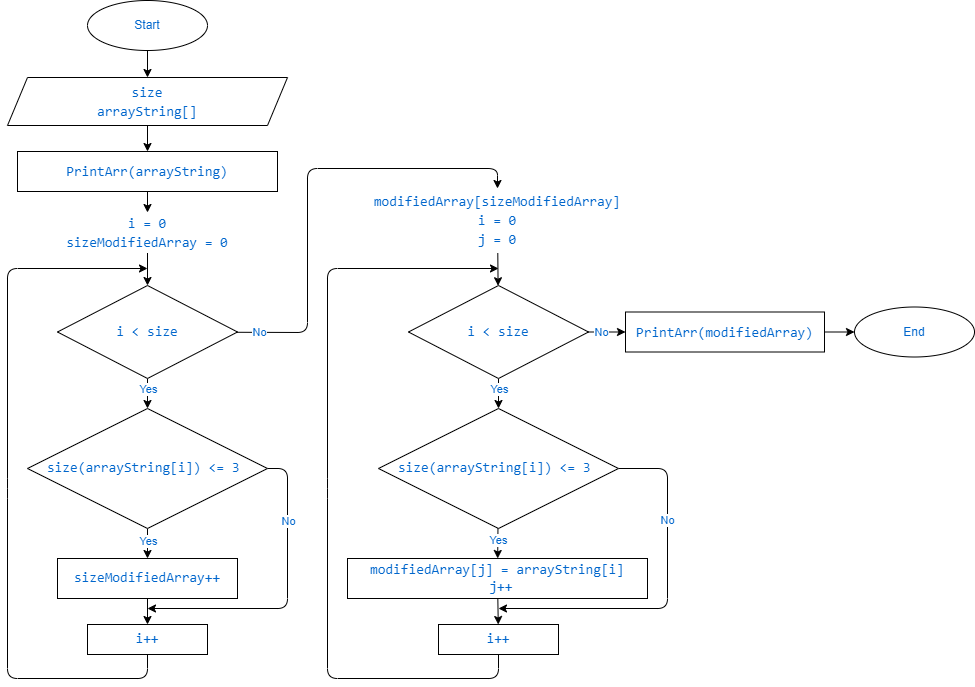
Above: blockВiagram.drawio.png in legyss7/Test (draw.io), before the change. Source tidied: cells renumbered, new cells last; positions are measured from the earlier drawing's top-left corner, leaving out a move shared by most shapes. Its diagram source:
```xml
<mxGraphModel>
  <root>
    <mxCell id="0" />
    <mxCell id="1" parent="0" />
    <mxCell id="2" style="edgeStyle=none;html=1;exitX=0.5;exitY=1;exitDx=0;exitDy=0;entryX=0.5;entryY=0;entryDx=0;entryDy=0;fontColor=#0066CC;" parent="1" edge="1" source="3" target="6">
      <mxGeometry relative="1" as="geometry" />
    </mxCell>
    <mxCell id="3" value="Start" style="ellipse;whiteSpace=wrap;html=1;labelBackgroundColor=default;fontColor=#0066CC;" parent="1" vertex="1">
      <mxGeometry x="80" width="120" height="50" as="geometry" />
    </mxCell>
    <mxCell id="4" value="End" style="ellipse;whiteSpace=wrap;html=1;fontColor=#0066CC;" parent="1" vertex="1">
      <mxGeometry x="847" y="306.5" width="120" height="50" as="geometry" />
    </mxCell>
    <mxCell id="5" style="edgeStyle=none;html=1;entryX=0.5;entryY=0;entryDx=0;entryDy=0;fontColor=#0066CC;" parent="1" edge="1" target="8">
      <mxGeometry relative="1" as="geometry">
        <mxPoint x="140" y="86" as="sourcePoint" />
      </mxGeometry>
    </mxCell>
    <mxCell id="6" value="&lt;div style=&quot;font-family: Consolas, &amp;quot;Courier New&amp;quot;, monospace; font-size: 14px; line-height: 19px;&quot;&gt;&lt;font&gt;size&lt;/font&gt;&lt;/div&gt;&lt;div style=&quot;font-family: Consolas, &amp;quot;Courier New&amp;quot;, monospace; font-size: 14px; line-height: 19px;&quot;&gt;&lt;font&gt;arrayString[]&lt;/font&gt;&lt;/div&gt;" style="shape=parallelogram;perimeter=parallelogramPerimeter;whiteSpace=wrap;html=1;fixedSize=1;labelBackgroundColor=none;fontColor=#0066CC;rounded=0;" parent="1" vertex="1">
      <mxGeometry y="77" width="280" height="48" as="geometry" />
    </mxCell>
    <mxCell id="7" style="edgeStyle=none;html=1;fontColor=#0066CC;" parent="1" edge="1" source="8" target="10">
      <mxGeometry relative="1" as="geometry" />
    </mxCell>
    <mxCell id="8" value="&lt;div style=&quot;font-family: Consolas, &amp;quot;Courier New&amp;quot;, monospace; font-size: 14px; line-height: 19px;&quot;&gt;&lt;span style=&quot;&quot;&gt;PrintArr&lt;/span&gt;(&lt;span style=&quot;&quot;&gt;arrayString&lt;/span&gt;)&lt;/div&gt;" style="rounded=0;whiteSpace=wrap;html=1;labelBackgroundColor=default;fontColor=#0066CC;" parent="1" vertex="1">
      <mxGeometry x="10" y="151" width="260" height="40" as="geometry" />
    </mxCell>
    <mxCell id="9" style="edgeStyle=none;html=1;fontColor=#0066CC;" parent="1" edge="1" source="10" target="15">
      <mxGeometry relative="1" as="geometry" />
    </mxCell>
    <mxCell id="10" value="&lt;div style=&quot;font-family: Consolas, &amp;quot;Courier New&amp;quot;, monospace; font-size: 14px; line-height: 19px;&quot;&gt;&lt;font&gt;i = 0&lt;/font&gt;&lt;/div&gt;&lt;div style=&quot;font-family: Consolas, &amp;quot;Courier New&amp;quot;, monospace; font-size: 14px; line-height: 19px;&quot;&gt;&lt;font&gt;&lt;div style=&quot;line-height: 19px;&quot;&gt;sizeModifiedArray = 0&lt;/div&gt;&lt;/font&gt;&lt;/div&gt;" style="rounded=0;whiteSpace=wrap;html=1;fontColor=#0066CC;strokeColor=#FFFFFF;labelBackgroundColor=default;" parent="1" vertex="1">
      <mxGeometry x="10" y="212" width="260" height="40" as="geometry" />
    </mxCell>
    <mxCell id="11" style="edgeStyle=none;html=1;fontColor=#0066CC;" parent="1" edge="1" source="15" target="20">
      <mxGeometry relative="1" as="geometry" />
    </mxCell>
    <mxCell id="12" value="Yes" style="edgeLabel;html=1;align=center;verticalAlign=middle;fontColor=#0066CC;" parent="11" vertex="1">
      <mxGeometry x="-0.58" relative="1" as="geometry">
        <mxPoint y="4" as="offset" />
      </mxGeometry>
    </mxCell>
    <mxCell id="13" style="edgeStyle=none;html=1;entryX=0.5;entryY=0;entryDx=0;entryDy=0;fontColor=#0066CC;" parent="1" edge="1" source="15" target="40">
      <mxGeometry relative="1" as="geometry">
        <Array as="points">
          <mxPoint x="300" y="332" />
          <mxPoint x="300" y="168" />
          <mxPoint x="490" y="168" />
        </Array>
      </mxGeometry>
    </mxCell>
    <mxCell id="14" value="No" style="edgeLabel;html=1;align=center;verticalAlign=middle;fontColor=#0066CC;" parent="13" vertex="1">
      <mxGeometry x="-0.9" relative="1" as="geometry" />
    </mxCell>
    <mxCell id="15" value="&lt;span style=&quot;font-family: Consolas, &amp;quot;Courier New&amp;quot;, monospace; font-size: 14px;&quot;&gt;i &amp;lt; size&lt;/span&gt;" style="rhombus;whiteSpace=wrap;html=1;rounded=0;fontColor=#0066CC;labelBackgroundColor=default;" parent="1" vertex="1">
      <mxGeometry x="50" y="285" width="180" height="93" as="geometry" />
    </mxCell>
    <mxCell id="16" style="edgeStyle=none;html=1;fontColor=#0066CC;" parent="1" edge="1" source="20" target="22">
      <mxGeometry relative="1" as="geometry" />
    </mxCell>
    <mxCell id="17" value="Yes" style="edgeLabel;html=1;align=center;verticalAlign=middle;fontColor=#0066CC;" parent="16" vertex="1">
      <mxGeometry x="-0.22" relative="1" as="geometry" />
    </mxCell>
    <mxCell id="18" style="edgeStyle=none;html=1;fontColor=#0066CC;" parent="1" edge="1" source="20">
      <mxGeometry relative="1" as="geometry">
        <mxPoint x="140" y="608" as="targetPoint" />
        <Array as="points">
          <mxPoint x="280" y="468" />
          <mxPoint x="280" y="608" />
        </Array>
      </mxGeometry>
    </mxCell>
    <mxCell id="19" value="No" style="edgeLabel;html=1;align=center;verticalAlign=middle;fontColor=#0066CC;" parent="18" vertex="1">
      <mxGeometry x="-0.52" relative="1" as="geometry" />
    </mxCell>
    <mxCell id="20" value="&lt;span style=&quot;font-family: Consolas, &amp;quot;Courier New&amp;quot;, monospace; font-size: 14px;&quot;&gt;size(arrayString[i]) &amp;lt;= 3&amp;nbsp;&lt;/span&gt;" style="rhombus;whiteSpace=wrap;html=1;rounded=0;labelBackgroundColor=default;fontColor=#0066CC;" parent="1" vertex="1">
      <mxGeometry x="20" y="408" width="240" height="120" as="geometry" />
    </mxCell>
    <mxCell id="21" style="edgeStyle=none;html=1;fontColor=#0066CC;" parent="1" edge="1" source="22" target="24">
      <mxGeometry relative="1" as="geometry" />
    </mxCell>
    <mxCell id="22" value="&lt;span style=&quot;font-family: Consolas, &amp;quot;Courier New&amp;quot;, monospace; font-size: 14px;&quot;&gt;sizeModifiedArray++&lt;/span&gt;" style="rounded=0;whiteSpace=wrap;html=1;labelBackgroundColor=default;fontColor=#0066CC;" parent="1" vertex="1">
      <mxGeometry x="50" y="558" width="180" height="40" as="geometry" />
    </mxCell>
    <mxCell id="23" style="edgeStyle=none;html=1;fontColor=#0066CC;" parent="1" edge="1" source="24">
      <mxGeometry relative="1" as="geometry">
        <mxPoint x="140" y="268" as="targetPoint" />
        <Array as="points">
          <mxPoint x="140" y="678" />
          <mxPoint y="678" />
          <mxPoint y="488" />
          <mxPoint y="268" />
        </Array>
      </mxGeometry>
    </mxCell>
    <mxCell id="24" value="&lt;span style=&quot;font-family: Consolas, &amp;quot;Courier New&amp;quot;, monospace; font-size: 14px;&quot;&gt;i++&lt;/span&gt;" style="whiteSpace=wrap;html=1;rounded=0;labelBackgroundColor=default;fontColor=#0066CC;" parent="1" vertex="1">
      <mxGeometry x="80" y="624" width="120" height="30" as="geometry" />
    </mxCell>
    <mxCell id="25" style="edgeStyle=none;html=1;fontColor=#0066CC;" parent="1" edge="1" source="29" target="34">
      <mxGeometry relative="1" as="geometry" />
    </mxCell>
    <mxCell id="26" value="Yes" style="edgeLabel;html=1;align=center;verticalAlign=middle;fontColor=#0066CC;" parent="25" vertex="1">
      <mxGeometry x="-0.58" relative="1" as="geometry">
        <mxPoint y="4" as="offset" />
      </mxGeometry>
    </mxCell>
    <mxCell id="27" style="edgeStyle=none;html=1;entryX=0;entryY=0.5;entryDx=0;entryDy=0;fontColor=#0066CC;" parent="1" edge="1" source="29" target="42">
      <mxGeometry relative="1" as="geometry" />
    </mxCell>
    <mxCell id="28" value="No" style="edgeLabel;html=1;align=center;verticalAlign=middle;fontColor=#0066CC;" parent="27" vertex="1">
      <mxGeometry x="-0.37" relative="1" as="geometry" />
    </mxCell>
    <mxCell id="29" value="&lt;span style=&quot;font-family: Consolas, &amp;quot;Courier New&amp;quot;, monospace; font-size: 14px;&quot;&gt;i &amp;lt; size&lt;/span&gt;" style="rhombus;whiteSpace=wrap;html=1;rounded=0;fontColor=#0066CC;labelBackgroundColor=default;" parent="1" vertex="1">
      <mxGeometry x="401" y="285" width="180" height="93" as="geometry" />
    </mxCell>
    <mxCell id="30" style="edgeStyle=none;html=1;fontColor=#0066CC;" parent="1" edge="1" source="34" target="36">
      <mxGeometry relative="1" as="geometry" />
    </mxCell>
    <mxCell id="31" value="Yes" style="edgeLabel;html=1;align=center;verticalAlign=middle;fontColor=#0066CC;" parent="30" vertex="1">
      <mxGeometry x="-0.22" relative="1" as="geometry" />
    </mxCell>
    <mxCell id="32" style="edgeStyle=none;html=1;fontColor=#0066CC;" parent="1" edge="1" source="34">
      <mxGeometry relative="1" as="geometry">
        <mxPoint x="491" y="608" as="targetPoint" />
        <Array as="points">
          <mxPoint x="660" y="468" />
          <mxPoint x="660" y="608" />
        </Array>
      </mxGeometry>
    </mxCell>
    <mxCell id="33" value="No" style="edgeLabel;html=1;align=center;verticalAlign=middle;fontColor=#0066CC;" parent="32" vertex="1">
      <mxGeometry x="-0.44" y="-1" relative="1" as="geometry" />
    </mxCell>
    <mxCell id="34" value="&lt;span style=&quot;font-family: Consolas, &amp;quot;Courier New&amp;quot;, monospace; font-size: 14px;&quot;&gt;size(arrayString[i]) &amp;lt;= 3&amp;nbsp;&lt;/span&gt;" style="rhombus;whiteSpace=wrap;html=1;rounded=0;labelBackgroundColor=default;fontColor=#0066CC;" parent="1" vertex="1">
      <mxGeometry x="371" y="408" width="240" height="120" as="geometry" />
    </mxCell>
    <mxCell id="35" style="edgeStyle=none;html=1;fontColor=#0066CC;" parent="1" edge="1" source="36" target="38">
      <mxGeometry relative="1" as="geometry" />
    </mxCell>
    <mxCell id="36" value="&lt;span style=&quot;font-family: Consolas, &amp;quot;Courier New&amp;quot;, monospace; font-size: 14px;&quot;&gt;modifiedArray[j] =&amp;nbsp;&lt;/span&gt;&lt;span style=&quot;font-family: Consolas, &amp;quot;Courier New&amp;quot;, monospace; font-size: 14px;&quot;&gt;arrayString[i]&lt;/span&gt;&lt;span style=&quot;font-family: Consolas, &amp;quot;Courier New&amp;quot;, monospace; font-size: 14px;&quot;&gt;&lt;br&gt;&amp;nbsp;j++&lt;/span&gt;" style="rounded=0;whiteSpace=wrap;html=1;labelBackgroundColor=default;fontColor=#0066CC;" parent="1" vertex="1">
      <mxGeometry x="340" y="558" width="300" height="40" as="geometry" />
    </mxCell>
    <mxCell id="37" style="edgeStyle=none;html=1;fontColor=#0066CC;" parent="1" edge="1" source="38">
      <mxGeometry relative="1" as="geometry">
        <mxPoint x="491" y="268" as="targetPoint" />
        <Array as="points">
          <mxPoint x="491" y="678" />
          <mxPoint x="320" y="678" />
          <mxPoint x="320" y="488" />
          <mxPoint x="320" y="268" />
        </Array>
      </mxGeometry>
    </mxCell>
    <mxCell id="38" value="&lt;span style=&quot;font-family: Consolas, &amp;quot;Courier New&amp;quot;, monospace; font-size: 14px;&quot;&gt;i++&lt;/span&gt;" style="whiteSpace=wrap;html=1;rounded=0;labelBackgroundColor=default;fontColor=#0066CC;" parent="1" vertex="1">
      <mxGeometry x="431" y="624" width="120" height="30" as="geometry" />
    </mxCell>
    <mxCell id="39" style="edgeStyle=none;html=1;fontColor=#0066CC;" parent="1" edge="1" source="40" target="29">
      <mxGeometry relative="1" as="geometry" />
    </mxCell>
    <mxCell id="40" value="&lt;div style=&quot;font-family: Consolas, &amp;quot;Courier New&amp;quot;, monospace; font-size: 14px; line-height: 19px;&quot;&gt;&lt;div style=&quot;line-height: 19px;&quot;&gt;&lt;font&gt;modifiedArray[sizeModifiedArray]&lt;/font&gt;&lt;/div&gt;&lt;/div&gt;&lt;div style=&quot;font-family: Consolas, &amp;quot;Courier New&amp;quot;, monospace; font-size: 14px; line-height: 19px;&quot;&gt;&lt;font&gt;i = 0&lt;/font&gt;&lt;/div&gt;&lt;div style=&quot;font-family: Consolas, &amp;quot;Courier New&amp;quot;, monospace; font-size: 14px; line-height: 19px;&quot;&gt;&lt;font&gt;&lt;div style=&quot;line-height: 19px;&quot;&gt;j = 0&lt;/div&gt;&lt;/font&gt;&lt;/div&gt;" style="rounded=0;whiteSpace=wrap;html=1;fontColor=#0066CC;strokeColor=#FFFFFF;fillColor=default;labelBackgroundColor=none;labelBorderColor=none;" parent="1" vertex="1">
      <mxGeometry x="340" y="188" width="300" height="64" as="geometry" />
    </mxCell>
    <mxCell id="41" style="edgeStyle=none;html=1;fontColor=#0066CC;" parent="1" edge="1" source="42" target="4">
      <mxGeometry relative="1" as="geometry" />
    </mxCell>
    <mxCell id="42" value="&lt;div style=&quot;font-family: Consolas, &amp;quot;Courier New&amp;quot;, monospace; font-size: 14px; line-height: 19px;&quot;&gt;&lt;span style=&quot;&quot;&gt;PrintArr&lt;/span&gt;(&lt;span style=&quot;&quot;&gt;modifiedArray&lt;/span&gt;)&lt;/div&gt;" style="rounded=0;whiteSpace=wrap;html=1;labelBackgroundColor=default;fontColor=#0066CC;" parent="1" vertex="1">
      <mxGeometry x="618" y="311.5" width="199" height="40" as="geometry" />
    </mxCell>
  </root>
</mxGraphModel>
```
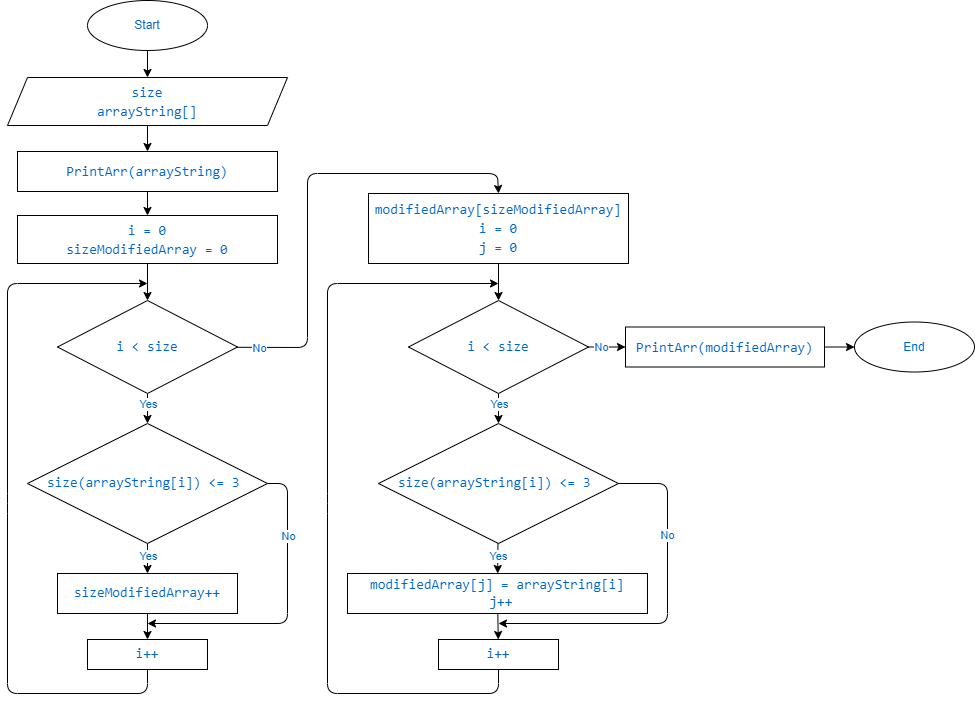
Above is the later version.

Commit message:
Сhanged the color of the block diagram frames

The edit, as a diff of the source:
```diff
@@ -6,31 +6,25 @@
       <mxGeometry relative="1" as="geometry" />
     </mxCell>
     <mxCell id="3" value="Start" style="ellipse;whiteSpace=wrap;html=1;labelBackgroundColor=default;fontColor=#0066CC;" parent="1" vertex="1">
-      <mxGeometry x="80" width="120" height="50" as="geometry" />
+      <mxGeometry x="80" y="-15" width="120" height="50" as="geometry" />
     </mxCell>
     <mxCell id="4" value="End" style="ellipse;whiteSpace=wrap;html=1;fontColor=#0066CC;" parent="1" vertex="1">
       <mxGeometry x="847" y="306.5" width="120" height="50" as="geometry" />
     </mxCell>
     <mxCell id="5" style="edgeStyle=none;html=1;entryX=0.5;entryY=0;entryDx=0;entryDy=0;fontColor=#0066CC;" parent="1" edge="1" target="8">
       <mxGeometry relative="1" as="geometry">
-        <mxPoint x="140" y="86" as="sourcePoint" />
+        <mxPoint x="140" y="71" as="sourcePoint" />
       </mxGeometry>
     </mxCell>
-    <mxCell id="6" value="&lt;div style=&quot;font-family: Consolas, &amp;quot;Courier New&amp;quot;, monospace; font-size: 14px; line-height: 19px;&quot;&gt;&lt;font&gt;size&lt;/font&gt;&lt;/div&gt;&lt;div style=&quot;font-family: Consolas, &amp;quot;Courier New&amp;quot;, monospace; font-size: 14px; line-height: 19px;&quot;&gt;&lt;font&gt;arrayString[]&lt;/font&gt;&lt;/div&gt;" style="shape=parallelogram;perimeter=parallelogramPerimeter;whiteSpace=wrap;html=1;fixedSize=1;labelBackgroundColor=none;fontColor=#0066CC;rounded=0;" parent="1" vertex="1">
-      <mxGeometry y="77" width="280" height="48" as="geometry" />
+    <mxCell id="6" value="&lt;div style=&quot;font-family: Consolas, &amp;quot;Courier New&amp;quot;, monospace; font-size: 14px; line-height: 19px;&quot;&gt;&lt;font&gt;size&lt;/font&gt;&lt;/div&gt;&lt;div style=&quot;font-family: Consolas, &amp;quot;Courier New&amp;quot;, monospace; font-size: 14px; line-height: 19px;&quot;&gt;&lt;font&gt;arrayString[]&lt;/font&gt;&lt;/div&gt;" style="shape=parallelogram;perimeter=parallelogramPerimeter;whiteSpace=wrap;html=1;fixedSize=1;labelBackgroundColor=default;fontColor=#0066CC;rounded=0;" parent="1" vertex="1">
+      <mxGeometry y="62" width="280" height="48" as="geometry" />
     </mxCell>
-    <mxCell id="7" style="edgeStyle=none;html=1;fontColor=#0066CC;" parent="1" edge="1" source="8" target="10">
+    <mxCell id="7" style="edgeStyle=none;html=1;" parent="1" edge="1" source="8" target="10">
       <mxGeometry relative="1" as="geometry" />
     </mxCell>
     <mxCell id="8" value="&lt;div style=&quot;font-family: Consolas, &amp;quot;Courier New&amp;quot;, monospace; font-size: 14px; line-height: 19px;&quot;&gt;&lt;span style=&quot;&quot;&gt;PrintArr&lt;/span&gt;(&lt;span style=&quot;&quot;&gt;arrayString&lt;/span&gt;)&lt;/div&gt;" style="rounded=0;whiteSpace=wrap;html=1;labelBackgroundColor=default;fontColor=#0066CC;" parent="1" vertex="1">
-      <mxGeometry x="10" y="151" width="260" height="40" as="geometry" />
+      <mxGeometry x="10" y="136" width="260" height="40" as="geometry" />
     </mxCell>
-    <mxCell id="9" style="edgeStyle=none;html=1;fontColor=#0066CC;" parent="1" edge="1" source="10" target="15">
-      <mxGeometry relative="1" as="geometry" />
-    </mxCell>
-    <mxCell id="10" value="&lt;div style=&quot;font-family: Consolas, &amp;quot;Courier New&amp;quot;, monospace; font-size: 14px; line-height: 19px;&quot;&gt;&lt;font&gt;i = 0&lt;/font&gt;&lt;/div&gt;&lt;div style=&quot;font-family: Consolas, &amp;quot;Courier New&amp;quot;, monospace; font-size: 14px; line-height: 19px;&quot;&gt;&lt;font&gt;&lt;div style=&quot;line-height: 19px;&quot;&gt;sizeModifiedArray = 0&lt;/div&gt;&lt;/font&gt;&lt;/div&gt;" style="rounded=0;whiteSpace=wrap;html=1;fontColor=#0066CC;strokeColor=#FFFFFF;labelBackgroundColor=default;" parent="1" vertex="1">
-      <mxGeometry x="10" y="212" width="260" height="40" as="geometry" />
-    </mxCell>
     <mxCell id="11" style="edgeStyle=none;html=1;fontColor=#0066CC;" parent="1" edge="1" source="15" target="20">
       <mxGeometry relative="1" as="geometry" />
     </mxCell>
@@ -43,8 +37,8 @@
       <mxGeometry relative="1" as="geometry">
         <Array as="points">
           <mxPoint x="300" y="332" />
-          <mxPoint x="300" y="168" />
-          <mxPoint x="490" y="168" />
+          <mxPoint x="300" y="158" />
+          <mxPoint x="490" y="158" />
         </Array>
       </mxGeometry>
     </mxCell>
@@ -153,17 +147,28 @@
     <mxCell id="38" value="&lt;span style=&quot;font-family: Consolas, &amp;quot;Courier New&amp;quot;, monospace; font-size: 14px;&quot;&gt;i++&lt;/span&gt;" style="whiteSpace=wrap;html=1;rounded=0;labelBackgroundColor=default;fontColor=#0066CC;" parent="1" vertex="1">
       <mxGeometry x="431" y="624" width="120" height="30" as="geometry" />
     </mxCell>
-    <mxCell id="39" style="edgeStyle=none;html=1;fontColor=#0066CC;" parent="1" edge="1" source="40" target="29">
+    <mxCell id="39" style="edgeStyle=none;html=1;fontColor=#0066CC;exitX=0.5;exitY=1;exitDx=0;exitDy=0;" parent="1" edge="1" source="40" target="29">
       <mxGeometry relative="1" as="geometry" />
     </mxCell>
-    <mxCell id="40" value="&lt;div style=&quot;font-family: Consolas, &amp;quot;Courier New&amp;quot;, monospace; font-size: 14px; line-height: 19px;&quot;&gt;&lt;div style=&quot;line-height: 19px;&quot;&gt;&lt;font&gt;modifiedArray[sizeModifiedArray]&lt;/font&gt;&lt;/div&gt;&lt;/div&gt;&lt;div style=&quot;font-family: Consolas, &amp;quot;Courier New&amp;quot;, monospace; font-size: 14px; line-height: 19px;&quot;&gt;&lt;font&gt;i = 0&lt;/font&gt;&lt;/div&gt;&lt;div style=&quot;font-family: Consolas, &amp;quot;Courier New&amp;quot;, monospace; font-size: 14px; line-height: 19px;&quot;&gt;&lt;font&gt;&lt;div style=&quot;line-height: 19px;&quot;&gt;j = 0&lt;/div&gt;&lt;/font&gt;&lt;/div&gt;" style="rounded=0;whiteSpace=wrap;html=1;fontColor=#0066CC;strokeColor=#FFFFFF;fillColor=default;labelBackgroundColor=none;labelBorderColor=none;" parent="1" vertex="1">
-      <mxGeometry x="340" y="188" width="300" height="64" as="geometry" />
-    </mxCell>
     <mxCell id="41" style="edgeStyle=none;html=1;fontColor=#0066CC;" parent="1" edge="1" source="42" target="4">
       <mxGeometry relative="1" as="geometry" />
     </mxCell>
     <mxCell id="42" value="&lt;div style=&quot;font-family: Consolas, &amp;quot;Courier New&amp;quot;, monospace; font-size: 14px; line-height: 19px;&quot;&gt;&lt;span style=&quot;&quot;&gt;PrintArr&lt;/span&gt;(&lt;span style=&quot;&quot;&gt;modifiedArray&lt;/span&gt;)&lt;/div&gt;" style="rounded=0;whiteSpace=wrap;html=1;labelBackgroundColor=default;fontColor=#0066CC;" parent="1" vertex="1">
       <mxGeometry x="618" y="311.5" width="199" height="40" as="geometry" />
     </mxCell>
+    <mxCell id="9" style="edgeStyle=none;html=1;" parent="1" edge="1" source="10" target="15">
+      <mxGeometry relative="1" as="geometry" />
+    </mxCell>
+    <mxCell id="10" value="&lt;div style=&quot;font-family: Consolas, &amp;quot;Courier New&amp;quot;, monospace; font-size: 14px; line-height: 19px;&quot;&gt;&lt;div style=&quot;line-height: 19px;&quot;&gt;i = 0&lt;/div&gt;&lt;div style=&quot;line-height: 19px;&quot;&gt;&lt;div style=&quot;line-height: 19px;&quot;&gt;sizeModifiedArray = 0&lt;/div&gt;&lt;/div&gt;&lt;/div&gt;" style="rounded=0;whiteSpace=wrap;html=1;labelBackgroundColor=none;fontColor=#0066CC;" parent="1" vertex="1">
+      <mxGeometry x="10" y="200" width="260" height="48" as="geometry" />
+    </mxCell>
+    <mxCell id="43" style="edgeStyle=none;html=1;" parent="1" edge="1" source="40">
+      <mxGeometry relative="1" as="geometry">
+        <mxPoint x="491" y="188" as="targetPoint" />
+      </mxGeometry>
+    </mxCell>
+    <mxCell id="40" value="&lt;div style=&quot;font-family: Consolas, &amp;quot;Courier New&amp;quot;, monospace; font-size: 14px; line-height: 19px;&quot;&gt;&lt;div style=&quot;line-height: 19px;&quot;&gt;&lt;div style=&quot;line-height: 19px;&quot;&gt;modifiedArray[sizeModifiedArray]&lt;/div&gt;&lt;/div&gt;&lt;div style=&quot;line-height: 19px;&quot;&gt;i = 0&lt;/div&gt;&lt;div style=&quot;line-height: 19px;&quot;&gt;&lt;div style=&quot;line-height: 19px;&quot;&gt;j = 0&lt;/div&gt;&lt;/div&gt;&lt;/div&gt;" style="rounded=0;whiteSpace=wrap;html=1;labelBackgroundColor=none;fontColor=#0066CC;" parent="1" vertex="1">
+      <mxGeometry x="361" y="178" width="260" height="70" as="geometry" />
+    </mxCell>
   </root>
 </mxGraphModel>
```
